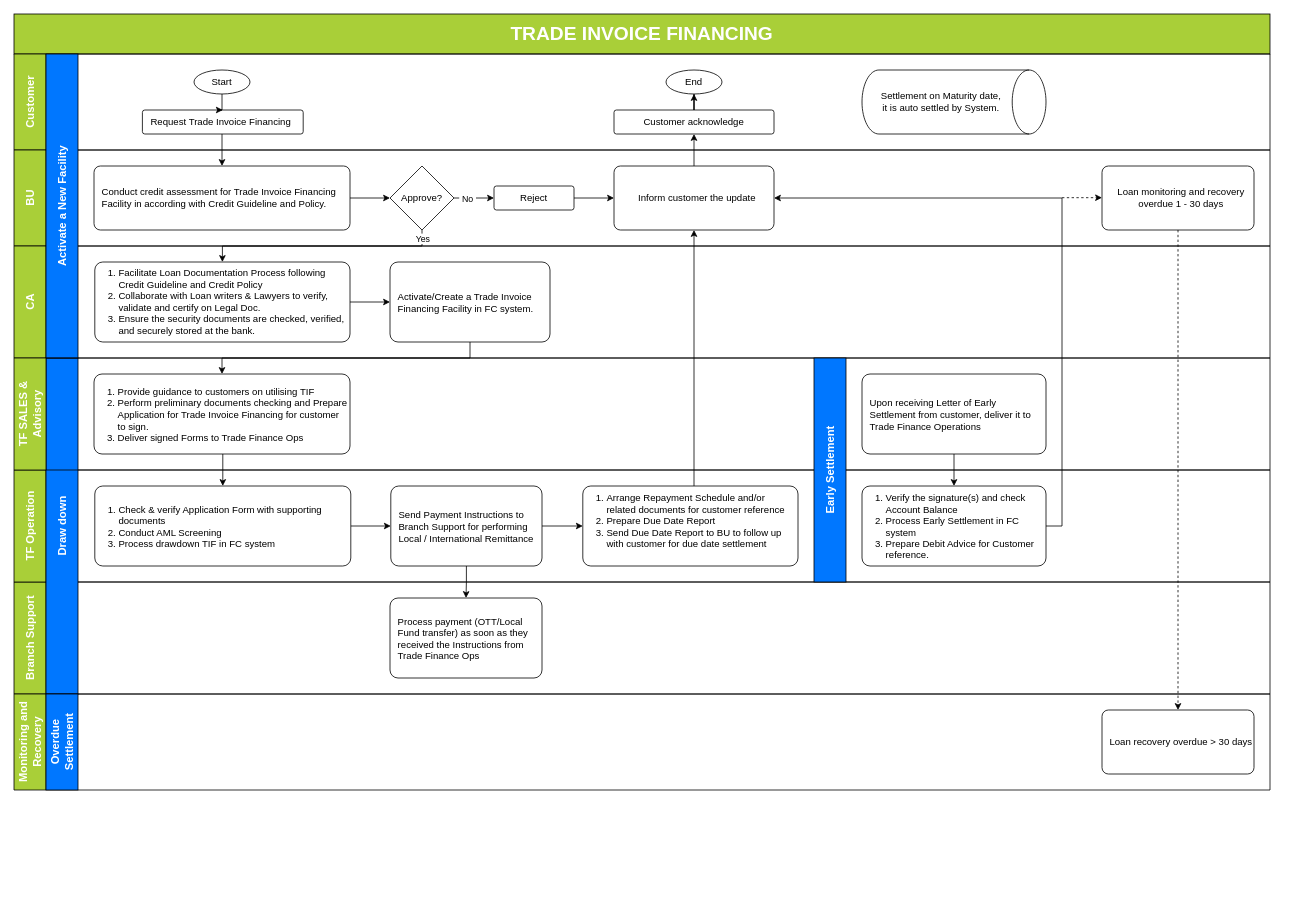
The draw.io diagram Trade Invoice Financing.drawio in kirikroem/brainleader, before the edit. Source tidied: cells renumbered, new cells numbered last; positions are measured from the earlier drawing's top-left corner, leaving out a move shared by most shapes. Both pictures are drawn from the tidied source at 80%, with x=0, y=0 at pixel (-106, 14).
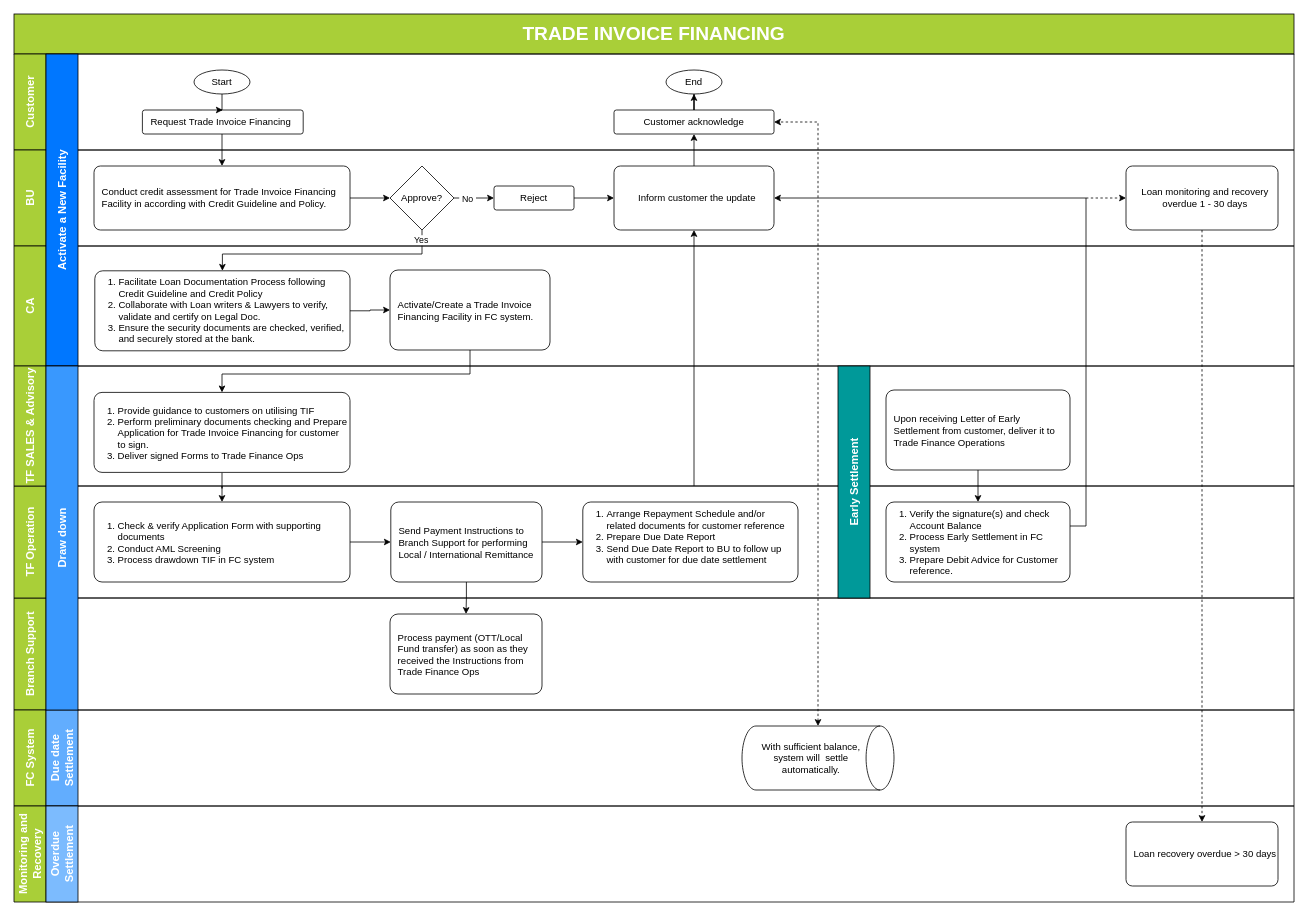
Above is the later version.

Unchanged cells that the change refers to:
```xml
<mxCell id="5" value="&lt;div&gt;&lt;ol&gt;&lt;li&gt;Arrange Repayment Schedule and/or related documents for customer reference&lt;/li&gt;&lt;li&gt;Prepare Due Date Report&amp;nbsp;&lt;/li&gt;&lt;li&gt;Send Due Date Report to BU to follow up with customer for due date settlement&lt;/li&gt;&lt;/ol&gt;&lt;/div&gt;&lt;div&gt;&lt;br&gt;&lt;/div&gt;" style="rounded=1;whiteSpace=wrap;html=1;align=left;arcSize=10;strokeOpacity=100;imageHeight=24;imageAspect=1;spacingTop=1;spacingLeft=-12;spacingRight=4;" parent="4" vertex="1">
  <mxGeometry x="711" y="20" width="269" height="100" as="geometry" />
</mxCell>
<mxCell id="27" value="Inform customer the update" style="rounded=1;whiteSpace=wrap;html=1;arcSize=10;spacingTop=0;imageWidth=24;spacingBottom=0;spacingLeft=8;align=center;" parent="23" vertex="1">
  <mxGeometry x="750" y="140" width="200" height="80" as="geometry" />
</mxCell>
<mxCell id="29" value="Customer acknowledge" style="rounded=1;whiteSpace=wrap;html=1;arcSize=10;" parent="23" vertex="1">
  <mxGeometry x="750" y="70" width="200" height="30" as="geometry" />
</mxCell>
<mxCell id="34" value="Approve?" style="rhombus;whiteSpace=wrap;html=1;" parent="33" vertex="1">
  <mxGeometry x="470" y="20" width="80" height="80" as="geometry" />
</mxCell>
```

Change to the diagram source:
```diff
@@
     <mxCell id="2" value="&lt;span style=&quot;font-size: 14px;&quot;&gt;Branch Support&lt;/span&gt;" style="swimlane;horizontal=0;whiteSpace=wrap;html=1;startSize=40;fillColor=#A9CF38;fontColor=#FFFFFF;" parent="1" vertex="1">
-      <mxGeometry x="150" y="710" width="1570" height="140" as="geometry" />
+      <mxGeometry x="150" y="730" width="1600" height="140" as="geometry" />
     </mxCell>
@@
     <mxCell id="4" value="&lt;span style=&quot;font-size: 14px;&quot;&gt;TF Operation&lt;/span&gt;" style="swimlane;horizontal=0;whiteSpace=wrap;html=1;startSize=40;fillColor=#A9CF38;fontColor=#FFFFFF;" parent="1" vertex="1">
-      <mxGeometry x="150" y="570" width="1570" height="140" as="geometry" />
+      <mxGeometry x="150" y="590" width="1600" height="140" as="geometry" />
     </mxCell>
@@
+    <mxCell id="18" value="&lt;ol&gt;&lt;li&gt;Check &amp;amp; verify Application Form with supporting documents&lt;/li&gt;&lt;li&gt;Conduct AML Screening&lt;/li&gt;&lt;li&gt;Process drawdown TIF in FC system&lt;/li&gt;&lt;/ol&gt;" style="rounded=1;whiteSpace=wrap;html=1;align=left;arcSize=10;strokeOpacity=100;imageHeight=24;imageAspect=1;spacingTop=1;spacingLeft=-12;" parent="4" vertex="1">
+      <mxGeometry x="100" y="20" width="320" height="100" as="geometry" />
+    </mxCell>
+    <mxCell id="21" value="&lt;span style=&quot;background-color: transparent; color: light-dark(rgb(0, 0, 0), rgb(255, 255, 255));&quot;&gt;Send Payment Instructions to Branch Support for performing Local / International Remittance&lt;/span&gt;" style="rounded=1;whiteSpace=wrap;html=1;align=left;arcSize=10;strokeOpacity=100;imageHeight=24;imageAspect=1;spacingTop=1;spacingLeft=8;spacingRight=4;" parent="4" vertex="1">
+      <mxGeometry x="471" y="20" width="189" height="100" as="geometry" />
+    </mxCell>
+    <mxCell id="17" style="edgeStyle=orthogonalEdgeStyle;rounded=0;jettySize=auto;html=1;entryX=0;entryY=0.5;entryDx=0;entryDy=0;" parent="4" edge="1" source="18" target="21">
+      <mxGeometry relative="1" as="geometry" />
+    </mxCell>
+    <mxCell id="20" style="edgeStyle=orthogonalEdgeStyle;rounded=0;jettySize=auto;html=1;entryX=0;entryY=0.5;entryDx=0;entryDy=0;" parent="4" edge="1" source="21" target="5">
+      <mxGeometry relative="1" as="geometry" />
+    </mxCell>
+    <mxCell id="49" value="&lt;ol&gt;&lt;li&gt;&lt;span style=&quot;background-color: transparent; color: light-dark(rgb(0, 0, 0), rgb(255, 255, 255));&quot;&gt;Verify the signature(s) and check Account Balance&lt;/span&gt;&lt;/li&gt;&lt;li&gt;&lt;span style=&quot;background-color: transparent; color: light-dark(rgb(0, 0, 0), rgb(255, 255, 255));&quot;&gt;Process Early Settlement in FC system&lt;/span&gt;&lt;/li&gt;&lt;li&gt;&lt;span style=&quot;background-color: transparent; color: light-dark(rgb(0, 0, 0), rgb(255, 255, 255));&quot;&gt;Prepare Debit Advice for Customer reference.&lt;/span&gt;&lt;/li&gt;&lt;/ol&gt;" style="rounded=1;whiteSpace=wrap;html=1;align=left;arcSize=10;strokeOpacity=100;imageHeight=24;imageAspect=1;spacingTop=1;spacingLeft=-12;" parent="4" vertex="1">
+      <mxGeometry x="1090" y="20" width="230" height="100" as="geometry" />
+    </mxCell>
     <mxCell id="6" value="&lt;font style=&quot;font-size: 24px;&quot;&gt;TRADE INVOICE FINANCING&lt;/font&gt;" style="text;html=1;align=center;verticalAlign=middle;whiteSpace=wrap;rounded=0;fontStyle=1;fontSize=18;fillColor=#A9CF38;strokeColor=#000000;fontColor=#FFFFFF;" parent="1" vertex="1">
-      <mxGeometry x="150" width="1570" height="50" as="geometry" />
+      <mxGeometry x="150" width="1600" height="50" as="geometry" />
     </mxCell>
@@
     <mxCell id="9" style="edgeStyle=orthogonalEdgeStyle;rounded=0;jettySize=auto;html=1;entryX=0.5;entryY=0;entryDx=0;entryDy=0;exitX=0.5;exitY=1;exitDx=0;exitDy=0;" parent="1" edge="1" source="34" target="14">
       <mxGeometry relative="1" as="geometry">
         <Array as="points">
-          <mxPoint x="660" y="290" />
-          <mxPoint x="411" y="290" />
+          <mxPoint x="660" y="300" />
+          <mxPoint x="411" y="300" />
         </Array>
       </mxGeometry>
     </mxCell>
     <mxCell id="10" value="Yes" style="edgeLabel;html=1;align=center;verticalAlign=middle;" parent="9" vertex="1">
-      <mxGeometry x="-0.4" y="-1" relative="1" as="geometry">
-        <mxPoint x="67" y="-9" as="offset" />
+      <mxGeometry x="-0.9" y="-2" relative="1" as="geometry">
+        <mxPoint y="-3" as="offset" />
       </mxGeometry>
     </mxCell>
@@
     <mxCell id="14" value="&lt;ol&gt;&lt;li&gt;Facilitate Loan Documentation Process following Credit Guideline and Credit Policy&lt;/li&gt;&lt;li&gt;Collaborate with Loan writers &amp;amp; Lawyers to verify, validate and certify on Legal Doc.&lt;/li&gt;&lt;li&gt;Ensure the security documents are checked, verified, and securely stored at the bank.&lt;/li&gt;&lt;/ol&gt;" style="rounded=1;whiteSpace=wrap;html=1;align=left;arcSize=10;spacingLeft=-12;" parent="1" vertex="1">
-      <mxGeometry x="251" y="310" width="319" height="100" as="geometry" />
+      <mxGeometry x="251" y="321" width="319" height="100" as="geometry" />
     </mxCell>
     <mxCell id="15" style="edgeStyle=orthogonalEdgeStyle;rounded=0;jettySize=auto;html=1;entryX=0.5;entryY=0;entryDx=0;entryDy=0;jumpStyle=gap;" parent="1" edge="1" source="41" target="16">
       <mxGeometry relative="1" as="geometry">
         <Array as="points">
-          <mxPoint x="720" y="430" />
-          <mxPoint x="410" y="430" />
+          <mxPoint x="720" y="450" />
+          <mxPoint x="410" y="450" />
         </Array>
       </mxGeometry>
     </mxCell>
+    <mxCell id="55" style="edgeStyle=orthogonalEdgeStyle;rounded=0;jettySize=auto;html=1;entryX=0.5;entryY=0;entryDx=0;entryDy=0;" parent="1" edge="1" source="16" target="18">
+      <mxGeometry relative="1" as="geometry" />
+    </mxCell>
     <mxCell id="16" value="&lt;ol&gt;&lt;li&gt;Provide guidance to customers on utilising TIF&lt;/li&gt;&lt;li&gt;Perform preliminary documents checking and Prepare Application for Trade Invoice Financing for customer to sign.&lt;/li&gt;&lt;li&gt;Deliver signed Forms to Trade Finance Ops&lt;/li&gt;&lt;/ol&gt;" style="rounded=1;whiteSpace=wrap;html=1;align=left;arcSize=10;strokeOpacity=100;imageHeight=24;imageAspect=1;spacingTop=1;spacingLeft=-12;" parent="1" vertex="1">
-      <mxGeometry x="250" y="450" width="320" height="100" as="geometry" />
+      <mxGeometry x="250" y="473" width="320" height="100" as="geometry" />
     </mxCell>
-    <mxCell id="17" style="edgeStyle=orthogonalEdgeStyle;rounded=0;jettySize=auto;html=1;entryX=0;entryY=0.5;entryDx=0;entryDy=0;" parent="1" edge="1" source="18" target="21">
-      <mxGeometry relative="1" as="geometry" />
-    </mxCell>
-    <mxCell id="18" value="&lt;ol&gt;&lt;li&gt;Check &amp;amp; verify Application Form with supporting documents&lt;/li&gt;&lt;li&gt;Conduct AML Screening&lt;/li&gt;&lt;li&gt;Process drawdown TIF in FC system&lt;/li&gt;&lt;/ol&gt;" style="rounded=1;whiteSpace=wrap;html=1;align=left;arcSize=10;strokeOpacity=100;imageHeight=24;imageAspect=1;spacingTop=1;spacingLeft=-12;" parent="1" vertex="1">
-      <mxGeometry x="251" y="590" width="320" height="100" as="geometry" />
-    </mxCell>
@@
-    <mxCell id="20" style="edgeStyle=orthogonalEdgeStyle;rounded=0;jettySize=auto;html=1;entryX=0;entryY=0.5;entryDx=0;entryDy=0;" parent="1" edge="1" source="21" target="5">
-      <mxGeometry relative="1" as="geometry" />
-    </mxCell>
-    <mxCell id="21" value="&lt;span style=&quot;background-color: transparent; color: light-dark(rgb(0, 0, 0), rgb(255, 255, 255));&quot;&gt;Send Payment Instructions to Branch Support for performing Local / International Remittance&lt;/span&gt;" style="rounded=1;whiteSpace=wrap;html=1;align=left;arcSize=10;strokeOpacity=100;imageHeight=24;imageAspect=1;spacingTop=1;spacingLeft=8;spacingRight=4;" parent="1" vertex="1">
-      <mxGeometry x="621" y="590" width="189" height="100" as="geometry" />
-    </mxCell>
-    <mxCell id="22" style="edgeStyle=orthogonalEdgeStyle;rounded=0;jettySize=auto;html=1;" parent="1" edge="1" source="16">
-      <mxGeometry relative="1" as="geometry">
-        <mxPoint x="411" y="590" as="targetPoint" />
-        <Array as="points">
-          <mxPoint x="411" y="560" />
-          <mxPoint x="411" y="560" />
-        </Array>
-      </mxGeometry>
-    </mxCell>
     <mxCell id="23" value="&lt;span style=&quot;font-size: 14px;&quot;&gt;Customer&lt;/span&gt;" style="swimlane;horizontal=0;whiteSpace=wrap;html=1;startSize=40;fillColor=#A9CF38;fontColor=#FFFFFF;" parent="1" vertex="1">
-      <mxGeometry x="150" y="50" width="1570" height="120" as="geometry" />
+      <mxGeometry x="150" y="50" width="1600" height="120" as="geometry" />
     </mxCell>
@@
-    <mxCell id="32" value="&lt;span style=&quot;text-align: right;&quot;&gt;Settlement on Maturity date,&lt;/span&gt;&lt;div&gt;&lt;span style=&quot;text-align: right;&quot;&gt;it is auto settled by System.&lt;/span&gt;&lt;/div&gt;" style="strokeWidth=1;html=1;shape=mxgraph.flowchart.direct_data;whiteSpace=wrap;fontColor=#000000;spacingRight=40;spacingLeft=8;" parent="23" vertex="1">
-      <mxGeometry x="1060" y="20" width="230" height="80" as="geometry" />
-    </mxCell>
     <mxCell id="33" value="&lt;span style=&quot;font-size: 14px;&quot;&gt;BU&lt;/span&gt;" style="swimlane;horizontal=0;whiteSpace=wrap;html=1;startSize=40;fillColor=#A9CF38;fontColor=#FFFFFF;" parent="1" vertex="1">
-      <mxGeometry x="150" y="170" width="1570" height="120" as="geometry" />
+      <mxGeometry x="150" y="170" width="1600" height="120" as="geometry" />
     </mxCell>
@@
     <mxCell id="38" value="Loan monitoring and recovery overdue 1 - 30 days" style="rounded=1;whiteSpace=wrap;html=1;arcSize=10;spacingTop=0;imageWidth=24;spacingBottom=0;spacingLeft=8;align=center;" parent="33" vertex="1">
-      <mxGeometry x="1360" y="20" width="190" height="80" as="geometry" />
+      <mxGeometry x="1390" y="20" width="190" height="80" as="geometry" />
     </mxCell>
-    <mxCell id="39" style="endArrow=classic;html=1;rounded=0;entryX=0;entryY=0.5;entryDx=0;entryDy=0;dashed=1;" parent="33" edge="1">
+    <mxCell id="39" style="endArrow=classic;html=1;rounded=0;entryX=0;entryY=0.5;entryDx=0;entryDy=0;dashed=1;" parent="33" edge="1" target="38">
       <mxGeometry relative="1" as="geometry">
-        <mxPoint x="1310" y="59.6" as="sourcePoint" />
-        <mxPoint x="1360" y="59.6" as="targetPoint" />
+        <mxPoint x="1340" y="60" as="sourcePoint" />
       </mxGeometry>
     </mxCell>
     <mxCell id="40" value="&lt;span style=&quot;font-size: 14px;&quot;&gt;CA&lt;/span&gt;" style="swimlane;horizontal=0;whiteSpace=wrap;html=1;startSize=40;fillColor=#A9CF38;fontColor=#FFFFFF;" parent="1" vertex="1">
-      <mxGeometry x="150" y="290" width="1570" height="140" as="geometry" />
+      <mxGeometry x="150" y="290" width="1600" height="150" as="geometry" />
     </mxCell>
     <mxCell id="41" value="&lt;span style=&quot;background-color: transparent; color: light-dark(rgb(0, 0, 0), rgb(255, 255, 255));&quot;&gt;Activate/Create a Trade Invoice Financing Facility in FC system.&lt;/span&gt;" style="rounded=1;whiteSpace=wrap;html=1;align=left;arcSize=10;strokeOpacity=100;imageHeight=24;imageAspect=1;spacingTop=1;spacingLeft=8;" parent="40" vertex="1">
-      <mxGeometry x="470" y="20" width="200" height="100" as="geometry" />
+      <mxGeometry x="470" y="30" width="200" height="100" as="geometry" />
     </mxCell>
@@
-    <mxCell id="43" value="&lt;span style=&quot;font-size: 14px; font-weight: 700;&quot;&gt;Draw down&lt;/span&gt;" style="rounded=0;whiteSpace=wrap;html=1;rotation=-90;fillColor=#0077FF;fontColor=#FFFFFF;" parent="1" vertex="1">
-      <mxGeometry y="620" width="420" height="40" as="geometry" />
-    </mxCell>
     <mxCell id="44" value="&lt;span style=&quot;font-size: 14px; font-weight: 700;&quot;&gt;Activate a New Facility&lt;/span&gt;" style="rounded=0;whiteSpace=wrap;html=1;rotation=-90;fillColor=#0077FF;fontColor=#FFFFFF;" parent="1" vertex="1">
-      <mxGeometry x="20" y="220" width="380" height="40" as="geometry" />
+      <mxGeometry x="15" y="225" width="390" height="40" as="geometry" />
     </mxCell>
-    <mxCell id="45" value="&lt;span style=&quot;font-size: 14px;&quot;&gt;Monitoring and Recovery&lt;/span&gt;" style="swimlane;horizontal=0;whiteSpace=wrap;html=1;startSize=40;fillColor=#A9CF38;fontColor=#FFFFFF;" parent="1" vertex="1">
-      <mxGeometry x="150" y="850" width="1570" height="120" as="geometry" />
+    <mxCell id="45" value="&lt;span style=&quot;font-size: 14px;&quot;&gt;FC System&lt;/span&gt;" style="swimlane;horizontal=0;whiteSpace=wrap;html=1;startSize=40;fillColor=#A9CF38;fontColor=#FFFFFF;" parent="1" vertex="1">
+      <mxGeometry x="150" y="870" width="1600" height="120" as="geometry" />
     </mxCell>
-    <mxCell id="46" value="&lt;span style=&quot;font-size: 14px;&quot;&gt;&lt;b&gt;Overdue&lt;/b&gt;&lt;/span&gt;&lt;div&gt;&lt;span style=&quot;font-size: 14px;&quot;&gt;&lt;b&gt;Settlement&lt;/b&gt;&lt;/span&gt;&lt;/div&gt;" style="rounded=0;whiteSpace=wrap;html=1;rotation=-90;fillColor=#0077FF;fontColor=#FFFFFF;" parent="45" vertex="1">
+    <mxCell id="46" value="&lt;span style=&quot;font-size: 14px;&quot;&gt;&lt;b&gt;Due date Settlement&lt;/b&gt;&lt;/span&gt;" style="rounded=0;whiteSpace=wrap;html=1;rotation=-90;fillColor=light-dark(#62adfe, #ce6100);fontColor=#FFFFFF;" parent="45" vertex="1">
       <mxGeometry y="40" width="120" height="40" as="geometry" />
     </mxCell>
-    <mxCell id="47" value="Loan recovery overdue &amp;gt; 30 days" style="rounded=1;whiteSpace=wrap;html=1;arcSize=10;spacingTop=0;imageWidth=24;spacingBottom=0;spacingLeft=8;align=center;" parent="45" vertex="1">
-      <mxGeometry x="1360" y="20" width="190" height="80" as="geometry" />
+    <mxCell id="47" value="With sufficient balance, system will&amp;nbsp; settle automatically." style="strokeWidth=1;html=1;shape=mxgraph.flowchart.direct_data;whiteSpace=wrap;spacingRight=25;spacingLeft=8;" parent="45" vertex="1">
+      <mxGeometry x="910" y="20" width="190" height="80" as="geometry" />
     </mxCell>
     <mxCell id="48" style="edgeStyle=orthogonalEdgeStyle;rounded=0;jettySize=auto;html=1;entryX=1;entryY=0.5;entryDx=0;entryDy=0;" parent="1" edge="1" source="49" target="27">
       <mxGeometry relative="1" as="geometry">
         <Array as="points">
-          <mxPoint x="1460" y="640" />
-          <mxPoint x="1460" y="230" />
+          <mxPoint x="1490" y="640" />
+          <mxPoint x="1490" y="230" />
         </Array>
       </mxGeometry>
     </mxCell>
-    <mxCell id="49" value="&lt;ol&gt;&lt;li&gt;&lt;span style=&quot;background-color: transparent; color: light-dark(rgb(0, 0, 0), rgb(255, 255, 255));&quot;&gt;Verify the signature(s) and check Account Balance&lt;/span&gt;&lt;/li&gt;&lt;li&gt;&lt;span style=&quot;background-color: transparent; color: light-dark(rgb(0, 0, 0), rgb(255, 255, 255));&quot;&gt;Process Early Settlement in FC system&lt;/span&gt;&lt;/li&gt;&lt;li&gt;&lt;span style=&quot;background-color: transparent; color: light-dark(rgb(0, 0, 0), rgb(255, 255, 255));&quot;&gt;Prepare Debit Advice for Customer reference.&lt;/span&gt;&lt;/li&gt;&lt;/ol&gt;" style="rounded=1;whiteSpace=wrap;html=1;align=left;arcSize=10;strokeOpacity=100;imageHeight=24;imageAspect=1;spacingTop=1;spacingLeft=-12;" parent="1" vertex="1">
-      <mxGeometry x="1210" y="590" width="230" height="100" as="geometry" />
-    </mxCell>
+    <mxCell id="52" value="&lt;span style=&quot;font-size: 14px;&quot;&gt;TF SALES &amp;amp; Advisory&lt;/span&gt;" style="swimlane;horizontal=0;whiteSpace=wrap;html=1;startSize=40;fillColor=#A9CF38;fontColor=#FFFFFF;" parent="1" vertex="1">
+      <mxGeometry x="150" y="440" width="1600" height="150" as="geometry" />
+    </mxCell>
-    <mxCell id="50" value="&lt;span style=&quot;background-color: transparent; color: light-dark(rgb(0, 0, 0), rgb(255, 255, 255));&quot;&gt;Upon receiving Letter of Early Settlement from customer, deliver it to Trade Finance Operations&lt;/span&gt;" style="rounded=1;whiteSpace=wrap;html=1;align=left;arcSize=10;strokeOpacity=100;imageHeight=24;imageAspect=1;spacingTop=1;spacingLeft=8;spacingRight=3;" parent="1" vertex="1">
-      <mxGeometry x="1210" y="450" width="230" height="100" as="geometry" />
+    <mxCell id="50" value="&lt;span style=&quot;background-color: transparent; color: light-dark(rgb(0, 0, 0), rgb(255, 255, 255));&quot;&gt;Upon receiving Letter of Early Settlement from customer, deliver it to Trade Finance Operations&lt;/span&gt;" style="rounded=1;whiteSpace=wrap;html=1;align=left;arcSize=10;strokeOpacity=100;imageHeight=24;imageAspect=1;spacingTop=1;spacingLeft=8;spacingRight=3;" parent="52" vertex="1">
+      <mxGeometry x="1090" y="30" width="230" height="100" as="geometry" />
     </mxCell>
+    <mxCell id="54" style="edgeStyle=orthogonalEdgeStyle;rounded=0;jettySize=auto;html=1;entryX=0.5;entryY=0;entryDx=0;entryDy=0;dashed=1;" parent="1" edge="1" source="38" target="58">
+      <mxGeometry relative="1" as="geometry" />
+    </mxCell>
+    <mxCell id="56" value="&lt;span style=&quot;font-size: 14px;&quot;&gt;Monitoring and Recovery&lt;/span&gt;" style="swimlane;horizontal=0;whiteSpace=wrap;html=1;startSize=40;fillColor=#A9CF38;fontColor=#FFFFFF;" parent="1" vertex="1">
+      <mxGeometry x="150" y="990" width="1600" height="120" as="geometry" />
+    </mxCell>
+    <mxCell id="57" value="&lt;span style=&quot;font-size: 14px;&quot;&gt;&lt;b&gt;Overdue&lt;/b&gt;&lt;/span&gt;&lt;div&gt;&lt;span style=&quot;font-size: 14px;&quot;&gt;&lt;b&gt;Settlement&lt;/b&gt;&lt;/span&gt;&lt;/div&gt;" style="rounded=0;whiteSpace=wrap;html=1;rotation=-90;fillColor=light-dark(#7cbbfe, #ce6100);fontColor=#FFFFFF;" parent="56" vertex="1">
+      <mxGeometry y="40" width="120" height="40" as="geometry" />
+    </mxCell>
+    <mxCell id="58" value="Loan recovery overdue &amp;gt; 30 days" style="rounded=1;whiteSpace=wrap;html=1;arcSize=10;spacingTop=0;imageWidth=24;spacingBottom=0;spacingLeft=8;align=center;" parent="56" vertex="1">
+      <mxGeometry x="1390" y="20" width="190" height="80" as="geometry" />
+    </mxCell>
+    <mxCell id="59" style="edgeStyle=orthogonalEdgeStyle;rounded=0;jettySize=auto;html=1;entryX=1;entryY=0.5;entryDx=0;entryDy=0;dashed=1;startArrow=classic;startFill=1;" parent="1" edge="1" source="47" target="29">
+      <mxGeometry relative="1" as="geometry" />
+    </mxCell>
@@
-    <mxCell id="52" value="&lt;span style=&quot;font-size: 14px;&quot;&gt;TF SALES &amp;amp; Advisory&lt;/span&gt;" style="swimlane;horizontal=0;whiteSpace=wrap;html=1;startSize=40;fillColor=#A9CF38;fontColor=#FFFFFF;" parent="1" vertex="1">
-      <mxGeometry x="150" y="430" width="1570" height="140" as="geometry" />
-    </mxCell>
+    <mxCell id="43" value="&lt;span style=&quot;font-size: 14px; font-weight: 700;&quot;&gt;Draw down&lt;/span&gt;" style="rounded=0;whiteSpace=wrap;html=1;rotation=-90;fillColor=light-dark(#3998fe, #ff9fff);fontColor=#FFFFFF;" parent="1" vertex="1">
+      <mxGeometry x="-5" y="635" width="430" height="40" as="geometry" />
+    </mxCell>
-    <mxCell id="53" value="&lt;span style=&quot;font-size: 14px; font-weight: 700;&quot;&gt;Early Settlement&lt;/span&gt;" style="rounded=0;whiteSpace=wrap;html=1;rotation=-90;fillColor=#0077FF;fontColor=#FFFFFF;" parent="1" vertex="1">
-      <mxGeometry x="1030" y="550" width="280" height="40" as="geometry" />
+    <mxCell id="53" value="&lt;span style=&quot;font-size: 14px; font-weight: 700;&quot;&gt;Early Settlement&lt;/span&gt;" style="rounded=0;whiteSpace=wrap;html=1;rotation=-90;fillColor=#009999;fontColor=#FFFFFF;" parent="1" vertex="1">
+      <mxGeometry x="1055" y="565" width="290" height="40" as="geometry" />
     </mxCell>
-    <mxCell id="54" style="edgeStyle=orthogonalEdgeStyle;rounded=0;jettySize=auto;html=1;entryX=0.5;entryY=0;entryDx=0;entryDy=0;dashed=1;" parent="1" edge="1" source="38" target="47">
-      <mxGeometry relative="1" as="geometry" />
-    </mxCell>
```
